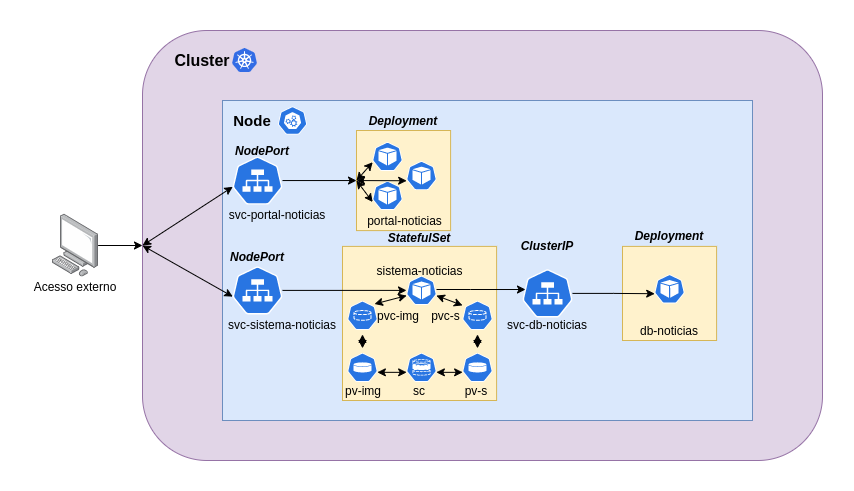
jonathanmdr/kubernetes keeps this draw.io diagram as project_architecture.png. Above is the earlier version. Source tidied: cells renumbered, new cells last; positions are measured from the earlier drawing's top-left corner, leaving out a move shared by most shapes.
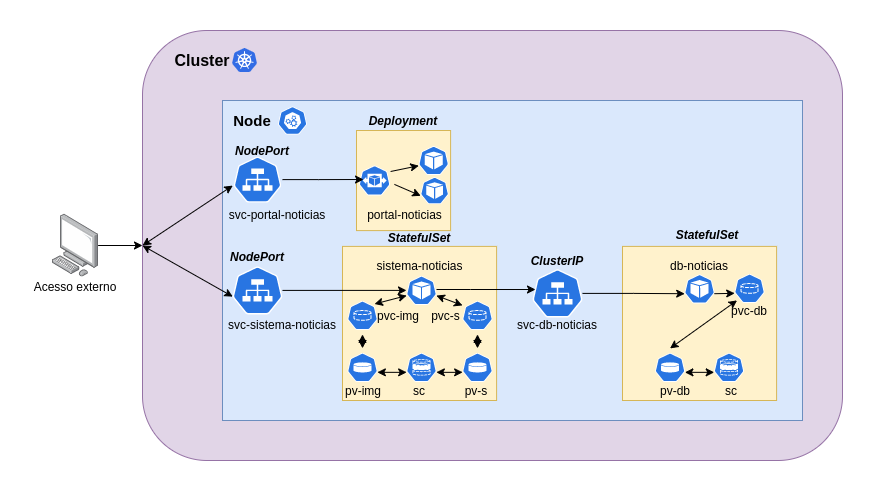
The same diagram one commit later.

Commit message:
Alterando o DB de Deployment para StatefulSet

Change to the diagram source:
```diff
@@ -3,7 +3,7 @@
     <mxCell id="0" />
     <mxCell id="1" parent="0" />
     <mxCell id="2" style="rounded=1;whiteSpace=wrap;html=1;fillColor=#e1d5e7;strokeColor=#9673a6;" parent="1" vertex="1">
-      <mxGeometry x="112" width="680" height="430" as="geometry" />
+      <mxGeometry x="112" width="700" height="430" as="geometry" />
     </mxCell>
     <mxCell id="3" style="edgeStyle=orthogonalEdgeStyle;rounded=0;jettySize=auto;html=1;" parent="1" edge="1" source="4" target="2">
       <mxGeometry relative="1" as="geometry" />
@@ -15,7 +15,7 @@
       <mxGeometry x="152" y="20" width="40" height="20" as="geometry" />
     </mxCell>
     <mxCell id="6" style="rounded=0;whiteSpace=wrap;html=1;fillColor=#dae8fc;strokeColor=#6c8ebf;" parent="1" vertex="1">
-      <mxGeometry x="192" y="70" width="530" height="320" as="geometry" />
+      <mxGeometry x="192" y="70" width="580" height="320" as="geometry" />
     </mxCell>
     <mxCell id="7" value="&lt;b&gt;&lt;font style=&quot;font-size: 15px&quot;&gt;Node&lt;/font&gt;&lt;/b&gt;" style="text;html=1;strokeColor=none;fillColor=none;align=center;verticalAlign=middle;whiteSpace=wrap;rounded=0;" parent="1" vertex="1">
       <mxGeometry x="202" y="80" width="40" height="20" as="geometry" />
@@ -26,11 +26,8 @@
     <mxCell id="9" style="html=1;dashed=0;whitespace=wrap;fillColor=#2875E2;strokeColor=#ffffff;shape=mxgraph.kubernetes.icon;prIcon=master;" parent="1" vertex="1">
       <mxGeometry x="242" y="76" width="40" height="28" as="geometry" />
     </mxCell>
-    <mxCell id="10" style="edgeStyle=orthogonalEdgeStyle;rounded=0;jettySize=auto;html=1;entryX=0;entryY=0.5;entryDx=0;entryDy=0;" parent="1" edge="1" source="11" target="21">
-      <mxGeometry relative="1" as="geometry" />
-    </mxCell>
     <mxCell id="11" style="html=1;dashed=0;whitespace=wrap;fillColor=#2875E2;strokeColor=#ffffff;points=[[0.005,0.63,0],[0.1,0.2,0],[0.9,0.2,0],[0.5,0,0],[0.995,0.63,0],[0.72,0.99,0],[0.5,1,0],[0.28,0.99,0]];shape=mxgraph.kubernetes.icon;prIcon=svc;" parent="1" vertex="1">
-      <mxGeometry x="202" y="126.1" width="50" height="48" as="geometry" />
+      <mxGeometry x="202" y="126.1" width="50" height="46" as="geometry" />
     </mxCell>
     <mxCell id="12" value="svc-portal-noticias" style="text;html=1;strokeColor=none;fillColor=none;align=center;verticalAlign=middle;whiteSpace=wrap;rounded=0;" parent="1" vertex="1">
       <mxGeometry x="192" y="174.1" width="110" height="20" as="geometry" />
@@ -51,37 +48,31 @@
       <mxGeometry x="207" y="215.9" width="40" height="20" as="geometry" />
     </mxCell>
     <mxCell id="18" style="html=1;dashed=0;whitespace=wrap;fillColor=#2875E2;strokeColor=#ffffff;points=[[0.005,0.63,0],[0.1,0.2,0],[0.9,0.2,0],[0.5,0,0],[0.995,0.63,0],[0.72,0.99,0],[0.5,1,0],[0.28,0.99,0]];shape=mxgraph.kubernetes.icon;prIcon=svc;" parent="1" vertex="1">
-      <mxGeometry x="492" y="235.9" width="50" height="54" as="geometry" />
+      <mxGeometry x="502" y="235.9" width="50" height="54" as="geometry" />
     </mxCell>
     <mxCell id="19" value="svc-db-noticias" style="text;html=1;strokeColor=none;fillColor=none;align=center;verticalAlign=middle;whiteSpace=wrap;rounded=0;" parent="1" vertex="1">
-      <mxGeometry x="472" y="283.9" width="90" height="20" as="geometry" />
+      <mxGeometry x="482" y="283.9" width="90" height="20" as="geometry" />
     </mxCell>
     <mxCell id="20" value="&lt;b&gt;&lt;i&gt;ClusterIP&lt;/i&gt;&lt;/b&gt;" style="text;html=1;strokeColor=none;fillColor=none;align=center;verticalAlign=middle;whiteSpace=wrap;rounded=0;" parent="1" vertex="1">
-      <mxGeometry x="497" y="205" width="40" height="20" as="geometry" />
+      <mxGeometry x="507" y="220" width="40" height="20" as="geometry" />
     </mxCell>
     <mxCell id="21" style="whiteSpace=wrap;html=1;fillColor=#fff2cc;strokeColor=#d6b656;" parent="1" vertex="1">
       <mxGeometry x="326" y="100" width="94.1" height="100.1" as="geometry" />
     </mxCell>
-    <mxCell id="22" style="html=1;dashed=0;whitespace=wrap;fillColor=#2875E2;strokeColor=#ffffff;points=[[0.005,0.63,0],[0.1,0.2,0],[0.9,0.2,0],[0.5,0,0],[0.995,0.63,0],[0.72,0.99,0],[0.5,1,0],[0.28,0.99,0]];shape=mxgraph.kubernetes.icon;prIcon=pod;" parent="1" vertex="1">
-      <mxGeometry x="342" y="104" width="30" height="44" as="geometry" />
-    </mxCell>
-    <mxCell id="23" style="html=1;dashed=0;whitespace=wrap;fillColor=#2875E2;strokeColor=#ffffff;points=[[0.005,0.63,0],[0.1,0.2,0],[0.9,0.2,0],[0.5,0,0],[0.995,0.63,0],[0.72,0.99,0],[0.5,1,0],[0.28,0.99,0]];shape=mxgraph.kubernetes.icon;prIcon=pod;" parent="1" vertex="1">
-      <mxGeometry x="342" y="140" width="30" height="50" as="geometry" />
-    </mxCell>
     <mxCell id="24" style="html=1;dashed=0;whitespace=wrap;fillColor=#2875E2;strokeColor=#ffffff;points=[[0.005,0.63,0],[0.1,0.2,0],[0.9,0.2,0],[0.5,0,0],[0.995,0.63,0],[0.72,0.99,0],[0.5,1,0],[0.28,0.99,0]];shape=mxgraph.kubernetes.icon;prIcon=pod;" parent="1" vertex="1">
-      <mxGeometry x="376" y="125.1" width="30" height="40" as="geometry" />
+      <mxGeometry x="388.2" y="110" width="30" height="40" as="geometry" />
     </mxCell>
     <mxCell id="25" value="&lt;b&gt;&lt;i&gt;Deployment&lt;/i&gt;&lt;/b&gt;" style="text;html=1;strokeColor=none;fillColor=none;align=center;verticalAlign=middle;whiteSpace=wrap;rounded=0;" parent="1" vertex="1">
       <mxGeometry x="353.1" y="80" width="40" height="20" as="geometry" />
     </mxCell>
     <mxCell id="26" value="portal-noticias" style="text;html=1;strokeColor=none;fillColor=none;align=center;verticalAlign=middle;whiteSpace=wrap;rounded=0;" parent="1" vertex="1">
-      <mxGeometry x="329.1" y="180.1" width="91" height="20" as="geometry" />
+      <mxGeometry x="329.1" y="174.1" width="91" height="20" as="geometry" />
     </mxCell>
     <mxCell id="27" style="whiteSpace=wrap;html=1;fillColor=#fff2cc;strokeColor=#d6b656;" parent="1" vertex="1">
       <mxGeometry x="312" y="215.9" width="154.1" height="154.1" as="geometry" />
     </mxCell>
     <mxCell id="28" value="sistema-noticias" style="text;html=1;strokeColor=none;fillColor=none;align=center;verticalAlign=middle;whiteSpace=wrap;rounded=0;" parent="1" vertex="1">
-      <mxGeometry x="343.5" y="230" width="91" height="20" as="geometry" />
+      <mxGeometry x="343.5" y="225" width="91" height="20" as="geometry" />
     </mxCell>
     <mxCell id="29" style="edgeStyle=orthogonalEdgeStyle;rounded=0;jettySize=auto;html=1;entryX=0.06;entryY=0.428;entryDx=0;entryDy=0;entryPerimeter=0;" parent="1" edge="1" source="30" target="18">
       <mxGeometry relative="1" as="geometry">
@@ -100,16 +91,16 @@
       <mxGeometry x="369" y="194.1" width="40" height="25" as="geometry" />
     </mxCell>
     <mxCell id="33" style="whiteSpace=wrap;html=1;fillColor=#fff2cc;strokeColor=#d6b656;" parent="1" vertex="1">
-      <mxGeometry x="592" y="215.9" width="94.1" height="94.1" as="geometry" />
+      <mxGeometry x="592" y="215.9" width="154.1" height="154.1" as="geometry" />
     </mxCell>
     <mxCell id="34" style="html=1;dashed=0;whitespace=wrap;fillColor=#2875E2;strokeColor=#ffffff;points=[[0.005,0.63,0],[0.1,0.2,0],[0.9,0.2,0],[0.5,0,0],[0.995,0.63,0],[0.72,0.99,0],[0.5,1,0],[0.28,0.99,0]];shape=mxgraph.kubernetes.icon;prIcon=pod;" parent="1" vertex="1">
-      <mxGeometry x="624" y="239.9" width="30" height="37" as="geometry" />
+      <mxGeometry x="654" y="239.9" width="30" height="37" as="geometry" />
     </mxCell>
-    <mxCell id="35" value="&lt;b&gt;&lt;i&gt;Deployment&lt;/i&gt;&lt;/b&gt;" style="text;html=1;strokeColor=none;fillColor=none;align=center;verticalAlign=middle;whiteSpace=wrap;rounded=0;" parent="1" vertex="1">
-      <mxGeometry x="619" y="195" width="40" height="20" as="geometry" />
+    <mxCell id="35" value="&lt;b&gt;&lt;i&gt;StatefulSet&lt;/i&gt;&lt;/b&gt;" style="text;html=1;strokeColor=none;fillColor=none;align=center;verticalAlign=middle;whiteSpace=wrap;rounded=0;" parent="1" vertex="1">
+      <mxGeometry x="657" y="194.1" width="40" height="20" as="geometry" />
     </mxCell>
     <mxCell id="36" value="db-noticias" style="text;html=1;strokeColor=none;fillColor=none;align=center;verticalAlign=middle;whiteSpace=wrap;rounded=0;" parent="1" vertex="1">
-      <mxGeometry x="604" y="290" width="70" height="20" as="geometry" />
+      <mxGeometry x="634" y="225" width="70" height="20" as="geometry" />
     </mxCell>
     <mxCell id="37" style="html=1;dashed=0;whitespace=wrap;fillColor=#2875E2;strokeColor=#ffffff;points=[[0.005,0.63,0],[0.1,0.2,0],[0.9,0.2,0],[0.5,0,0],[0.995,0.63,0],[0.72,0.99,0],[0.5,1,0],[0.28,0.99,0]];shape=mxgraph.kubernetes.icon;prIcon=pvc;" parent="1" vertex="1">
       <mxGeometry x="317" y="265.9" width="30" height="38" as="geometry" />
@@ -120,15 +111,6 @@
     <mxCell id="39" style="html=1;dashed=0;whitespace=wrap;fillColor=#2875E2;strokeColor=#ffffff;points=[[0.005,0.63,0],[0.1,0.2,0],[0.9,0.2,0],[0.5,0,0],[0.995,0.63,0],[0.72,0.99,0],[0.5,1,0],[0.28,0.99,0]];shape=mxgraph.kubernetes.icon;prIcon=sc;" parent="1" vertex="1">
       <mxGeometry x="376" y="317.9" width="30" height="38" as="geometry" />
     </mxCell>
-    <mxCell id="40" style="endArrow=classic;startArrow=classic;html=1;entryX=0.005;entryY=0.63;entryDx=0;entryDy=0;entryPerimeter=0;exitX=0;exitY=0.5;exitDx=0;exitDy=0;" parent="1" edge="1" source="21" target="22">
-      <mxGeometry relative="1" as="geometry" />
-    </mxCell>
-    <mxCell id="41" style="endArrow=classic;startArrow=classic;html=1;entryX=0.005;entryY=0.63;entryDx=0;entryDy=0;entryPerimeter=0;exitX=0;exitY=0.5;exitDx=0;exitDy=0;" parent="1" edge="1" source="21" target="23">
-      <mxGeometry relative="1" as="geometry" />
-    </mxCell>
-    <mxCell id="42" style="endArrow=classic;startArrow=classic;html=1;entryX=0.005;entryY=0.63;entryDx=0;entryDy=0;entryPerimeter=0;exitX=0;exitY=0.5;exitDx=0;exitDy=0;" parent="1" edge="1" source="21" target="24">
-      <mxGeometry relative="1" as="geometry" />
-    </mxCell>
     <mxCell id="43" style="edgeStyle=orthogonalEdgeStyle;rounded=0;jettySize=auto;html=1;entryX=0.005;entryY=0.63;entryDx=0;entryDy=0;entryPerimeter=0;" parent="1" edge="1" source="18" target="34">
       <mxGeometry relative="1" as="geometry" />
     </mxCell>
@@ -177,5 +159,47 @@
     <mxCell id="58" style="endArrow=classic;startArrow=classic;html=1;entryX=0.995;entryY=0.63;entryDx=0;entryDy=0;entryPerimeter=0;exitX=1;exitY=0;exitDx=0;exitDy=0;" parent="1" edge="1" source="54" target="30">
       <mxGeometry relative="1" as="geometry" />
     </mxCell>
+    <mxCell id="59" style="html=1;dashed=0;whitespace=wrap;fillColor=#2875E2;strokeColor=#ffffff;points=[[0.005,0.63,0],[0.1,0.2,0],[0.9,0.2,0],[0.5,0,0],[0.995,0.63,0],[0.72,0.99,0],[0.5,1,0],[0.28,0.99,0]];shape=mxgraph.kubernetes.icon;prIcon=hpa;" parent="1" vertex="1">
+      <mxGeometry x="324.1" y="135" width="40" height="30" as="geometry" />
+    </mxCell>
+    <mxCell id="60" style="html=1;dashed=0;whitespace=wrap;fillColor=#2875E2;strokeColor=#ffffff;points=[[0.005,0.63,0],[0.1,0.2,0],[0.9,0.2,0],[0.5,0,0],[0.995,0.63,0],[0.72,0.99,0],[0.5,1,0],[0.28,0.99,0]];shape=mxgraph.kubernetes.icon;prIcon=pvc;" parent="1" vertex="1">
+      <mxGeometry x="704" y="238.9" width="30" height="38" as="geometry" />
+    </mxCell>
+    <mxCell id="61" value="pvc-db" style="text;html=1;strokeColor=none;fillColor=none;align=center;verticalAlign=middle;whiteSpace=wrap;rounded=0;" parent="1" vertex="1">
+      <mxGeometry x="694" y="269.9" width="50" height="20" as="geometry" />
+    </mxCell>
+    <mxCell id="62" style="html=1;dashed=0;whitespace=wrap;fillColor=#2875E2;strokeColor=#ffffff;points=[[0.005,0.63,0],[0.1,0.2,0],[0.9,0.2,0],[0.5,0,0],[0.995,0.63,0],[0.72,0.99,0],[0.5,1,0],[0.28,0.99,0]];shape=mxgraph.kubernetes.icon;prIcon=pv;" parent="1" vertex="1">
+      <mxGeometry x="624.5" y="317.9" width="30" height="38" as="geometry" />
+    </mxCell>
+    <mxCell id="63" style="html=1;dashed=0;whitespace=wrap;fillColor=#2875E2;strokeColor=#ffffff;points=[[0.005,0.63,0],[0.1,0.2,0],[0.9,0.2,0],[0.5,0,0],[0.995,0.63,0],[0.72,0.99,0],[0.5,1,0],[0.28,0.99,0]];shape=mxgraph.kubernetes.icon;prIcon=sc;" parent="1" vertex="1">
+      <mxGeometry x="683.5" y="317.9" width="30" height="38" as="geometry" />
+    </mxCell>
+    <mxCell id="64" style="endArrow=classic;startArrow=classic;html=1;exitX=0.995;exitY=0.63;exitDx=0;exitDy=0;exitPerimeter=0;entryX=0.005;entryY=0.63;entryDx=0;entryDy=0;entryPerimeter=0;" parent="1" edge="1" source="62" target="63">
+      <mxGeometry relative="1" as="geometry" />
+    </mxCell>
+    <mxCell id="65" style="endArrow=classic;startArrow=classic;html=1;entryX=0.25;entryY=0;entryDx=0;entryDy=0;exitX=0.5;exitY=0;exitDx=0;exitDy=0;exitPerimeter=0;" parent="1" edge="1" source="62" target="61">
+      <mxGeometry relative="1" as="geometry" />
+    </mxCell>
+    <mxCell id="66" value="pv-db" style="text;html=1;strokeColor=none;fillColor=none;align=center;verticalAlign=middle;whiteSpace=wrap;rounded=0;" parent="1" vertex="1">
+      <mxGeometry x="624.5" y="350" width="40" height="20" as="geometry" />
+    </mxCell>
+    <mxCell id="67" value="sc" style="text;html=1;strokeColor=none;fillColor=none;align=center;verticalAlign=middle;whiteSpace=wrap;rounded=0;" parent="1" vertex="1">
+      <mxGeometry x="690.5" y="350" width="20" height="20" as="geometry" />
+    </mxCell>
+    <mxCell id="10" style="edgeStyle=orthogonalEdgeStyle;rounded=0;jettySize=auto;html=1;entryX=0.223;entryY=0.467;entryDx=0;entryDy=0;entryPerimeter=0;" parent="1" edge="1" source="11" target="59">
+      <mxGeometry relative="1" as="geometry" />
+    </mxCell>
+    <mxCell id="68" style="html=1;dashed=0;whitespace=wrap;fillColor=#2875E2;strokeColor=#ffffff;points=[[0.005,0.63,0],[0.1,0.2,0],[0.9,0.2,0],[0.5,0,0],[0.995,0.63,0],[0.72,0.99,0],[0.5,1,0],[0.28,0.99,0]];shape=mxgraph.kubernetes.icon;prIcon=pod;" parent="1" vertex="1">
+      <mxGeometry x="390.1" y="140.1" width="28" height="40" as="geometry" />
+    </mxCell>
+    <mxCell id="69" style="endArrow=classic;html=1;exitX=0.9;exitY=0.2;exitDx=0;exitDy=0;exitPerimeter=0;entryX=0.005;entryY=0.63;entryDx=0;entryDy=0;entryPerimeter=0;" parent="1" edge="1" source="59" target="24">
+      <mxGeometry relative="1" as="geometry" />
+    </mxCell>
+    <mxCell id="70" style="endArrow=classic;html=1;exitX=0.995;exitY=0.63;exitDx=0;exitDy=0;exitPerimeter=0;entryX=0.005;entryY=0.63;entryDx=0;entryDy=0;entryPerimeter=0;" parent="1" edge="1" source="59" target="68">
+      <mxGeometry relative="1" as="geometry" />
+    </mxCell>
+    <mxCell id="71" style="endArrow=classic;html=1;entryX=0.005;entryY=0.63;entryDx=0;entryDy=0;entryPerimeter=0;exitX=0.995;exitY=0.63;exitDx=0;exitDy=0;exitPerimeter=0;" parent="1" edge="1" source="34" target="60">
+      <mxGeometry relative="1" as="geometry" />
+    </mxCell>
   </root>
 </mxGraphModel>
```
